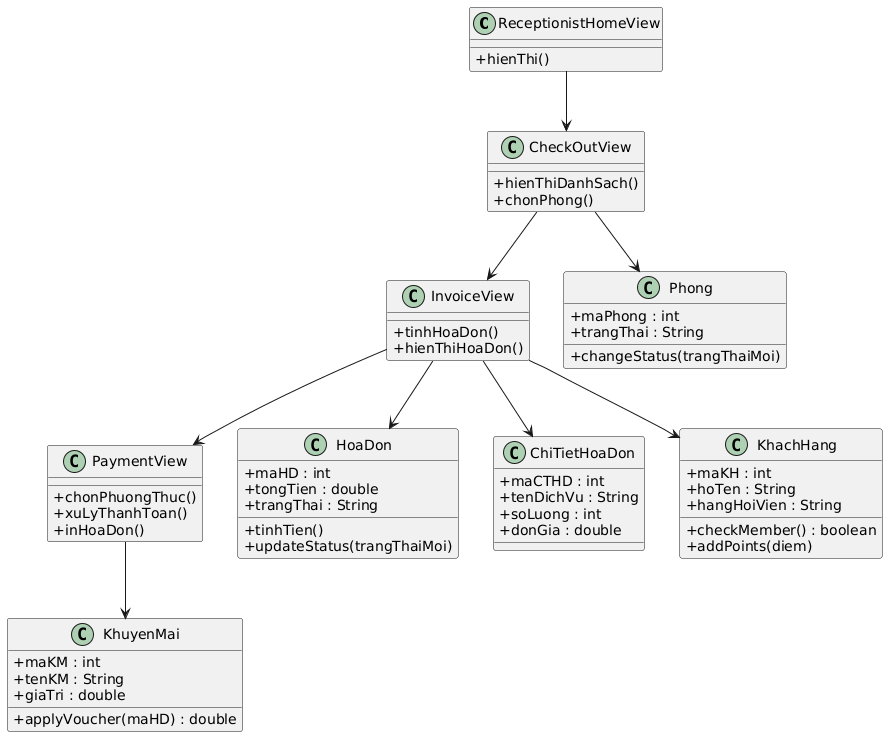
This is output/diagrams/booking_bce_checkout.png from thanhtrnnn/cnpm, a PlantUML export, as it was before one commit.
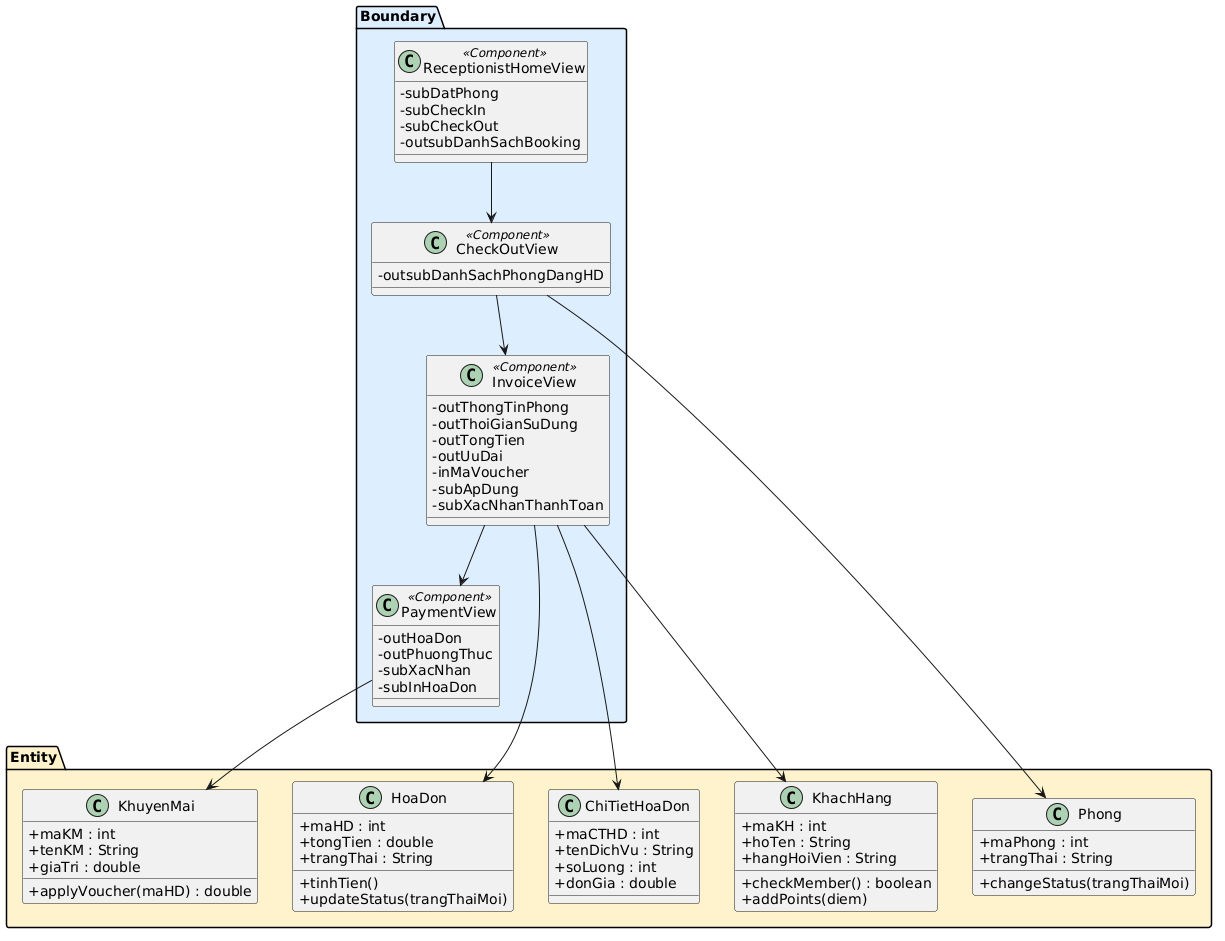
The same file after the commit.

Commit message:
fix: BCE analysis diagrams - Boundary classes have attributes only, Entity classes keep methods

Diff of the diagram source:
```diff
@@ -1,60 +1,72 @@
 @startuml
 skinparam classAttributeIconSize 0
 
-class ReceptionistHomeView {
-  +hienThi()
+package "Boundary" #DDEEFF {
+  class ReceptionistHomeView <<Component>> {
+    -subDatPhong
+    -subCheckIn
+    -subCheckOut
+    -outsubDanhSachBooking
+  }
+
+  class CheckOutView <<Component>> {
+    -outsubDanhSachPhongDangHD
+  }
+
+  class InvoiceView <<Component>> {
+    -outThongTinPhong
+    -outThoiGianSuDung
+    -outTongTien
+    -outUuDai
+    -inMaVoucher
+    -subApDung
+    -subXacNhanThanhToan
+  }
+
+  class PaymentView <<Component>> {
+    -outHoaDon
+    -outPhuongThuc
+    -subXacNhan
+    -subInHoaDon
+  }
 }
 
-class CheckOutView {
-  +hienThiDanhSach()
-  +chonPhong()
-}
+package "Entity" #FFF3CD {
+  class Phong {
+    +maPhong : int
+    +trangThai : String
+    +changeStatus(trangThaiMoi)
+  }
 
-class InvoiceView {
-  +tinhHoaDon()
-  +hienThiHoaDon()
-}
+  class HoaDon {
+    +maHD : int
+    +tongTien : double
+    +trangThai : String
+    +tinhTien()
+    +updateStatus(trangThaiMoi)
+  }
 
-class PaymentView {
-  +chonPhuongThuc()
-  +xuLyThanhToan()
-  +inHoaDon()
-}
+  class ChiTietHoaDon {
+    +maCTHD : int
+    +tenDichVu : String
+    +soLuong : int
+    +donGia : double
+  }
 
-class Phong {
-  +maPhong : int
-  +trangThai : String
-  +changeStatus(trangThaiMoi)
-}
+  class KhachHang {
+    +maKH : int
+    +hoTen : String
+    +hangHoiVien : String
+    +checkMember() : boolean
+    +addPoints(diem)
+  }
 
-class HoaDon {
-  +maHD : int
-  +tongTien : double
-  +trangThai : String
-  +tinhTien()
-  +updateStatus(trangThaiMoi)
-}
-
-class ChiTietHoaDon {
-  +maCTHD : int
-  +tenDichVu : String
-  +soLuong : int
-  +donGia : double
-}
-
-class KhachHang {
-  +maKH : int
-  +hoTen : String
-  +hangHoiVien : String
-  +checkMember() : boolean
-  +addPoints(diem)
-}
-
-class KhuyenMai {
-  +maKM : int
-  +tenKM : String
-  +giaTri : double
-  +applyVoucher(maHD) : double
+  class KhuyenMai {
+    +maKM : int
+    +tenKM : String
+    +giaTri : double
+    +applyVoucher(maHD) : double
+  }
 }
 
 ReceptionistHomeView --> CheckOutView
```
